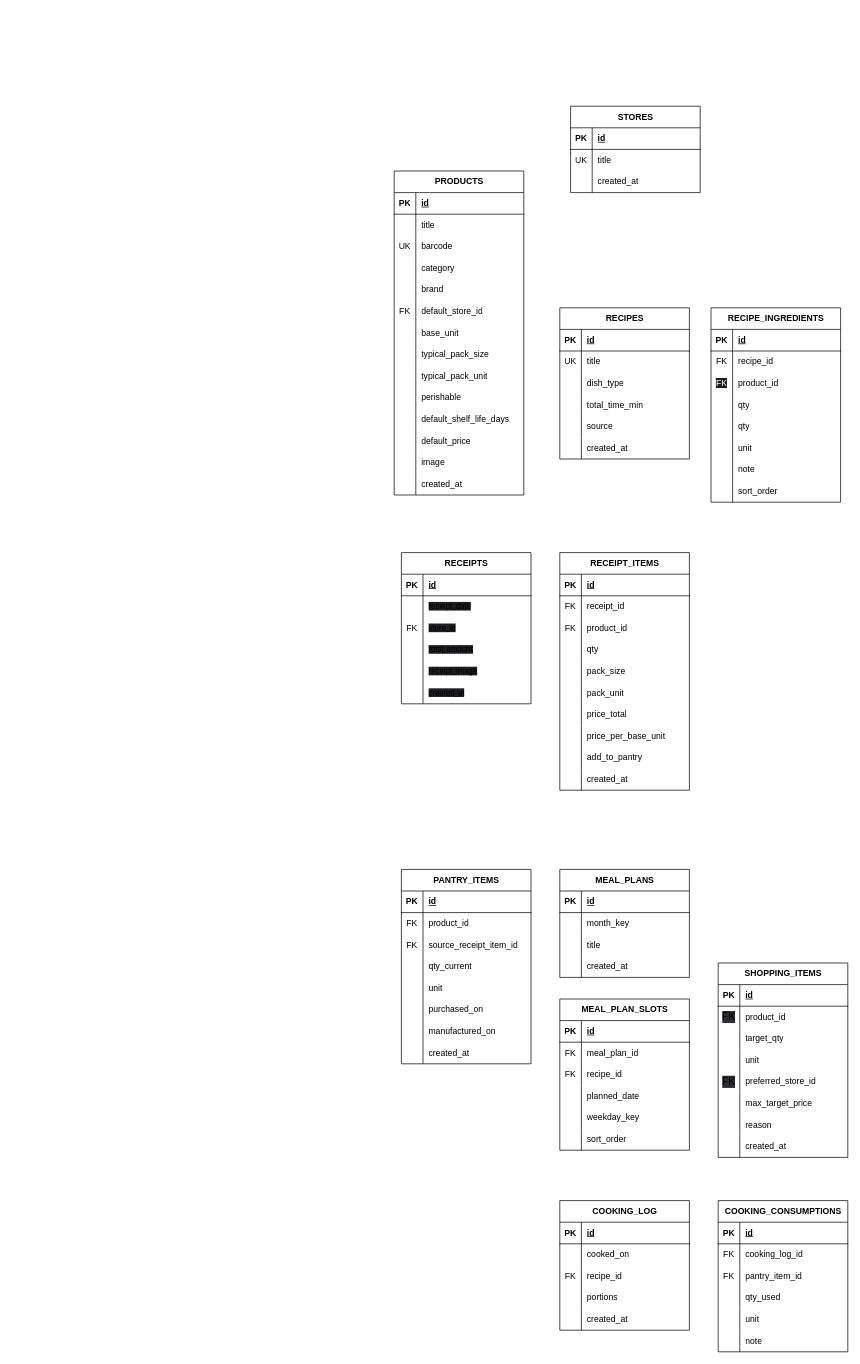
Above: Projects/Еда/Docs/Диаграмма без названия.drawio in smeryse/Knowledge-Base (draw.io), before the change. Source tidied: cells renumbered, new cells numbered last; positions are measured from the earlier drawing's top-left corner, leaving out a move shared by most shapes. Both pictures are drawn from the tidied source at 72%, with x=0, y=0 at pixel (394, 106).
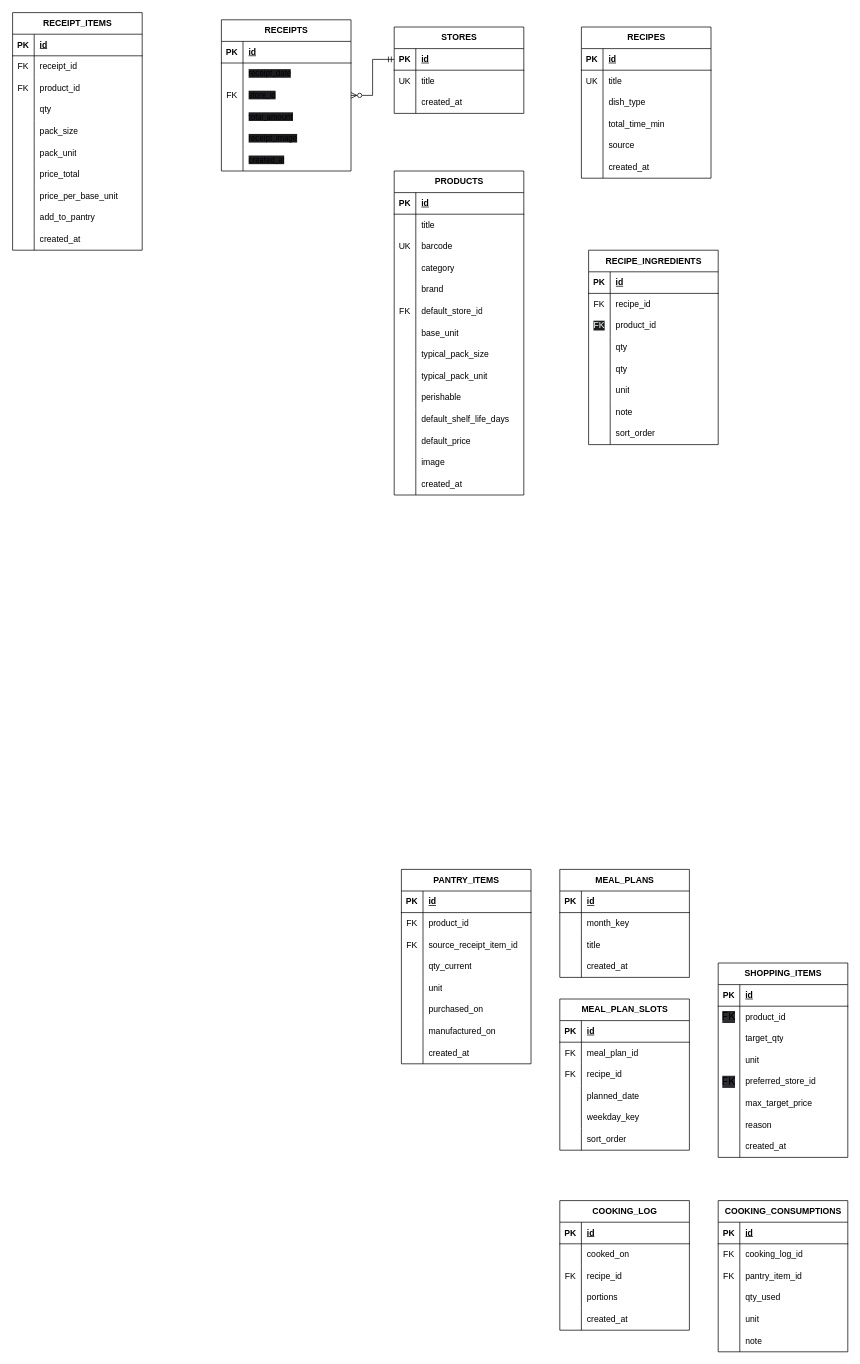
The same page after the edit.

Unchanged cells that the change refers to:
```xml
<mxCell id="9" style="shape=tableRow;horizontal=0;startSize=0;swimlaneHead=0;swimlaneBody=0;fillColor=none;points=[[0,0.5],[1,0.5]];portConstraint=eastwest;top=0;left=0;right=0;bottom=0;" parent="2" vertex="1">
  <mxGeometry y="90" width="180" height="30" as="geometry" />
</mxCell>
<mxCell id="97" style="shape=tableRow;horizontal=0;startSize=0;swimlaneHead=0;swimlaneBody=0;fillColor=none;points=[[0,0.5],[1,0.5]];portConstraint=eastwest;top=0;left=0;right=0;bottom=1;" parent="96" vertex="1">
  <mxGeometry y="30" width="180" height="30" as="geometry" />
</mxCell>
```

Change to the diagram source:
```diff
@@
     <mxCell id="2" value="RECEIPTS" style="shape=table;startSize=30;childLayout=tableLayout;rowLines=0;fontStyle=1;align=center;html=1;" parent="1" vertex="1">
-      <mxGeometry x="10" y="620" width="180" height="210" as="geometry" />
+      <mxGeometry x="-240" y="-120" width="180" height="210" as="geometry" />
     </mxCell>
@@
     <mxCell id="21" value="RECIPES" style="shape=table;startSize=30;childLayout=tableLayout;rowLines=0;fontStyle=1;align=center;html=1;" parent="1" vertex="1">
-      <mxGeometry x="230" y="280" width="180" height="210" as="geometry" />
+      <mxGeometry x="260" y="-110" width="180" height="210" as="geometry" />
     </mxCell>
@@
     <mxCell id="40" value="RECIPE_INGREDIENTS" style="shape=table;startSize=30;childLayout=tableLayout;rowLines=0;fontStyle=1;align=center;html=1;" parent="1" vertex="1">
-      <mxGeometry x="440" y="280" width="180" height="270" as="geometry" />
+      <mxGeometry x="270" y="200" width="180" height="270" as="geometry" />
     </mxCell>
@@
     <mxCell id="65" value="RECEIPT_ITEMS" style="shape=table;startSize=30;childLayout=tableLayout;rowLines=0;fontStyle=1;align=center;html=1;" parent="1" vertex="1">
-      <mxGeometry x="230" y="620" width="180" height="330" as="geometry" />
+      <mxGeometry x="-530" y="-130" width="180" height="330" as="geometry" />
     </mxCell>
@@
     <mxCell id="96" value="STORES" style="shape=table;startSize=30;childLayout=tableLayout;rowLines=0;fontStyle=1;align=center;html=1;" parent="1" vertex="1">
-      <mxGeometry x="245" width="180" height="120" as="geometry" />
+      <mxGeometry y="-110" width="180" height="120" as="geometry" />
     </mxCell>
@@
+    <mxCell id="266" style="rounded=0;jettySize=auto;html=1;exitX=0;exitY=0.5;exitDx=0;exitDy=0;entryX=1;entryY=0.5;entryDx=0;entryDy=0;endArrow=ERzeroToMany;endFill=0;startArrow=ERmandOne;startFill=0;edgeStyle=elbowEdgeStyle;" parent="1" edge="1" source="97" target="9">
+      <mxGeometry relative="1" as="geometry" />
+    </mxCell>
```
